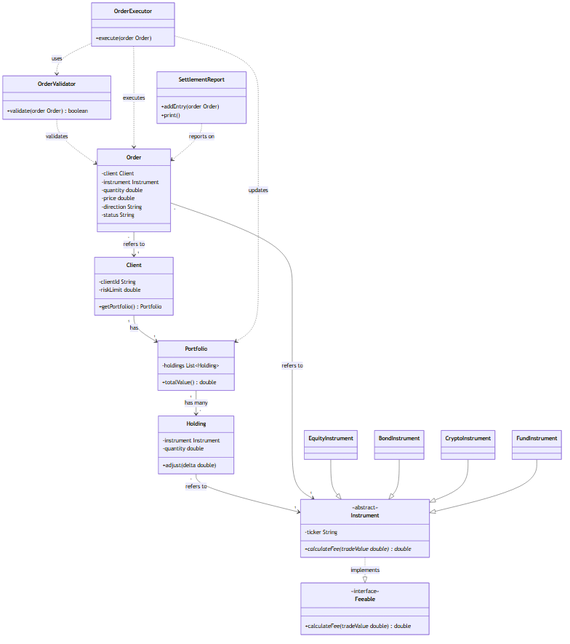
nicktodd/leap-sprint5 keeps this Mermaid diagram as solutions/04-uml-class-diagrams/mission-model.png. Above is the earlier version. Its source is kept beside it as solutions/04-uml-class-diagrams/mission-model.mmd. The source it was exported from:
```mermaid
classDiagram
    class Client {
        -clientId String
        -riskLimit double
        +getPortfolio() Portfolio
    }

    class Portfolio {
        -holdings List~Holding~
        +totalValue() double
    }

    class Holding {
        -instrument Instrument
        -quantity double
        +adjust(delta double)
    }

    class Instrument {
        <<abstract>>
        -ticker String
        +calculateFee(tradeValue double)* double
    }

    class EquityInstrument
    class BondInstrument
    class CryptoInstrument
    class FundInstrument

    class Feeable {
        <<interface>>
        +calculateFee(tradeValue double) double
    }

    class Order {
        -client Client
        -instrument Instrument
        -quantity double
        -price double
        -direction String
        -status String
    }

    class OrderValidator {
        +validate(order Order) boolean
    }

    class OrderExecutor {
        +execute(order Order)
    }

    class SettlementReport {
        +addEntry(order Order)
        +print()
    }

    Client "1" --> "1" Portfolio : has
    Portfolio "1" --> "*" Holding : has many
    Holding "*" --> "1" Instrument : refers to
    Order "*" --> "1" Client : refers to
    Order "*" --> "1" Instrument : refers to
    Instrument ..|> Feeable : implements
    EquityInstrument --|> Instrument
    BondInstrument --|> Instrument
    CryptoInstrument --|> Instrument
    FundInstrument --|> Instrument
    OrderValidator ..> Order : validates
    OrderExecutor ..> OrderValidator : uses
    OrderExecutor ..> Order : executes
    OrderExecutor ..> Portfolio : updates
    SettlementReport ..> Order : reports on
```
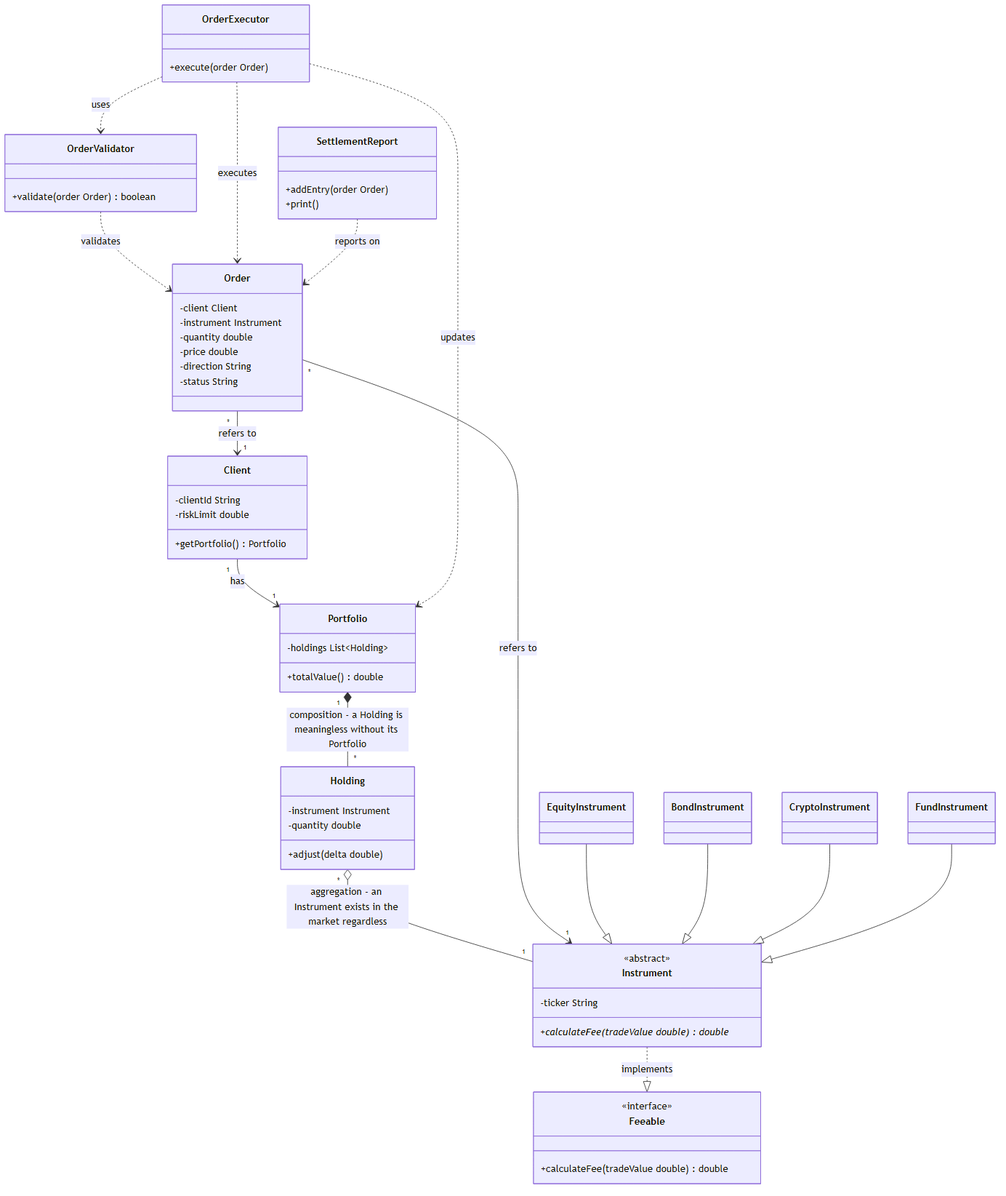
Above is the later version.

Commit message:
Rework Module 4: show relationship diagrams instead of describing them, add aggregation/composition, fix diagram proportions

What changed in the source:
```diff
@@ -55,8 +55,8 @@
     }
 
     Client "1" --> "1" Portfolio : has
-    Portfolio "1" --> "*" Holding : has many
-    Holding "*" --> "1" Instrument : refers to
+    Portfolio "1" *-- "*" Holding : composition - a Holding is meaningless without its Portfolio
+    Holding "*" o-- "1" Instrument : aggregation - an Instrument exists in the market regardless
     Order "*" --> "1" Client : refers to
     Order "*" --> "1" Instrument : refers to
     Instrument ..|> Feeable : implements
```
